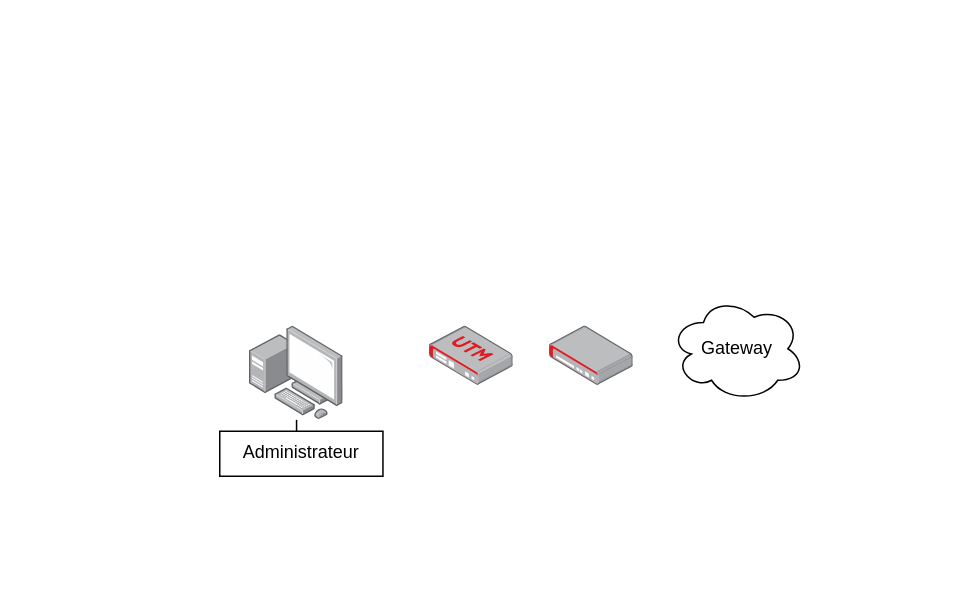
Earlier version of the draw.io diagram Adressage IP.drawio (CM-exe/SAE3.01). Source tidied: cells renumbered, new cells numbered last; positions are measured from the earlier drawing's top-left corner, leaving out a move shared by most shapes. Both pictures are drawn from the tidied source at 150%, with x=0, y=0 at pixel (219, 296).
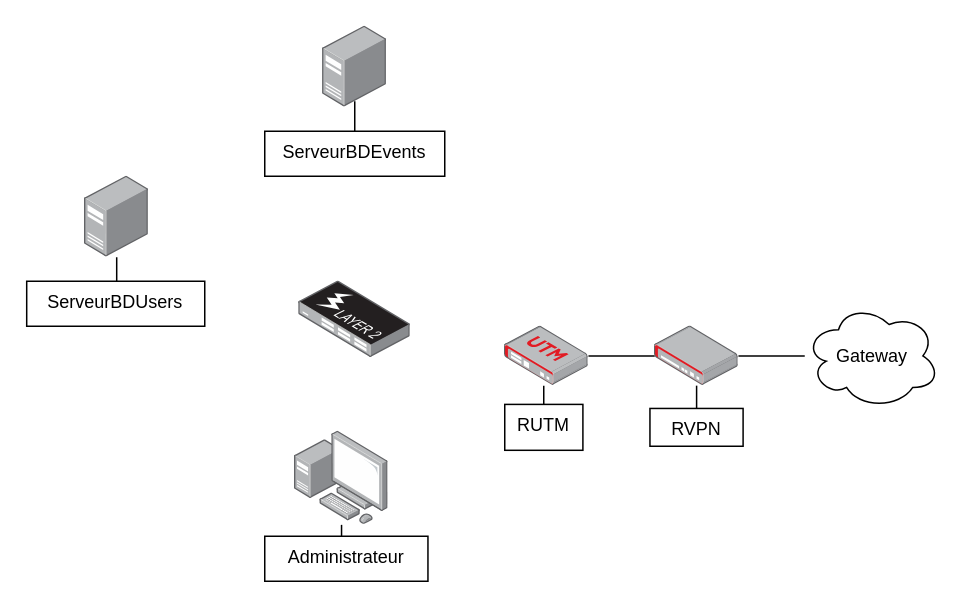
Above is the later version.

Commit message (it also covers changes not shown here):
Mettre à jour Adressage IP.drawio

Diff of the diagram source:
```diff
@@
+    <mxCell id="9" style="edgeStyle=orthogonalEdgeStyle;rounded=0;jettySize=auto;html=1;endArrow=none;endFill=0;" parent="1" edge="1" source="2" target="8">
+      <mxGeometry relative="1" as="geometry" />
+    </mxCell>
     <mxCell id="2" value="Gateway" style="ellipse;shape=cloud;whiteSpace=wrap;html=1;" parent="1" vertex="1">
-      <mxGeometry x="300" width="90" height="70" as="geometry" />
+      <mxGeometry x="390" y="4.8" width="90" height="70" as="geometry" />
     </mxCell>
     <mxCell id="3" style="group;" parent="1" vertex="1">
-      <mxGeometry y="20" width="108.8" height="100" as="geometry" />
+      <mxGeometry x="30" y="90" width="108.8" height="100" as="geometry" />
     </mxCell>
@@
+    <mxCell id="10" style="edgeStyle=orthogonalEdgeStyle;rounded=0;jettySize=auto;html=1;endArrow=none;endFill=0;" parent="1" edge="1" source="7" target="14">
+      <mxGeometry relative="1" as="geometry">
+        <Array as="points">
+          <mxPoint x="216" y="70" />
+          <mxPoint x="216" y="70" />
+        </Array>
+      </mxGeometry>
+    </mxCell>
     <mxCell id="7" style="image;points=[];html=1;align=center;shadow=0;dashed=0;image=img/lib/allied_telesis/security/Router_UTM.svg;" parent="1" vertex="1">
-      <mxGeometry x="140" y="20" width="55.8" height="39.6" as="geometry" />
+      <mxGeometry x="190" y="20" width="55.8" height="39.6" as="geometry" />
     </mxCell>
+    <mxCell id="11" style="edgeStyle=orthogonalEdgeStyle;rounded=0;jettySize=auto;html=1;endArrow=none;endFill=0;" parent="1" edge="1" source="8" target="7">
+      <mxGeometry relative="1" as="geometry" />
+    </mxCell>
+    <mxCell id="12" style="edgeStyle=orthogonalEdgeStyle;rounded=0;jettySize=auto;html=1;endArrow=none;endFill=0;" parent="1" edge="1" source="8" target="13">
+      <mxGeometry relative="1" as="geometry">
+        <Array as="points">
+          <mxPoint x="318" y="70" />
+          <mxPoint x="318" y="70" />
+        </Array>
+      </mxGeometry>
+    </mxCell>
     <mxCell id="8" style="image;points=[];html=1;align=center;shadow=0;dashed=0;image=img/lib/allied_telesis/security/Router_VPN.svg;" parent="1" vertex="1">
-      <mxGeometry x="220" y="20" width="55.8" height="39.6" as="geometry" />
+      <mxGeometry x="290" y="20" width="55.8" height="39.6" as="geometry" />
     </mxCell>
+    <mxCell id="13" value="RVPN" style="whiteSpace=wrap;html=1;verticalAlign=top;labelBackgroundColor=default;shadow=0;dashed=0;" parent="1" vertex="1">
+      <mxGeometry x="286.8" y="74.8" width="62.1" height="25.2" as="geometry" />
+    </mxCell>
+    <mxCell id="14" value="RUTM" style="whiteSpace=wrap;html=1;verticalAlign=top;labelBackgroundColor=default;shadow=0;dashed=0;" parent="1" vertex="1">
+      <mxGeometry x="190" y="72.1" width="52.1" height="30.6" as="geometry" />
+    </mxCell>
+    <mxCell id="15" style="edgeStyle=orthogonalEdgeStyle;rounded=0;jettySize=auto;html=1;endArrow=none;endFill=0;" parent="1" edge="1" source="16" target="17">
+      <mxGeometry relative="1" as="geometry" />
+    </mxCell>
+    <mxCell id="16" style="image;points=[];html=1;align=center;shadow=0;dashed=0;image=img/lib/allied_telesis/computer_and_terminals/Server_Desktop.svg;" parent="1" vertex="1">
+      <mxGeometry x="-90" y="-80" width="42.6" height="54" as="geometry" />
+    </mxCell>
+    <mxCell id="17" value="ServeurBDUsers" style="whiteSpace=wrap;html=1;verticalAlign=top;labelBackgroundColor=default;shadow=0;dashed=0;" parent="1" vertex="1">
+      <mxGeometry x="-128.7" y="-10" width="118.7" height="30" as="geometry" />
+    </mxCell>
+    <mxCell id="18" style="edgeStyle=orthogonalEdgeStyle;rounded=0;jettySize=auto;html=1;endArrow=none;endFill=0;" parent="1" edge="1" source="19" target="20">
+      <mxGeometry relative="1" as="geometry" />
+    </mxCell>
+    <mxCell id="19" style="image;points=[];html=1;align=center;shadow=0;dashed=0;image=img/lib/allied_telesis/computer_and_terminals/Server_Desktop.svg;" parent="1" vertex="1">
+      <mxGeometry x="68.7" y="-180" width="42.6" height="54" as="geometry" />
+    </mxCell>
+    <mxCell id="20" value="ServeurBDEvents" style="whiteSpace=wrap;html=1;verticalAlign=top;labelBackgroundColor=default;shadow=0;dashed=0;" parent="1" vertex="1">
+      <mxGeometry x="30" y="-110" width="120" height="30" as="geometry" />
+    </mxCell>
+    <mxCell id="21" style="image;html=1;align=center;shadow=0;dashed=0;image=img/lib/allied_telesis/switch/Switch_24_port_L2_POE.svg;" parent="1" vertex="1">
+      <mxGeometry x="52.8" y="-10" width="74.4" height="51" as="geometry" />
+    </mxCell>
```
